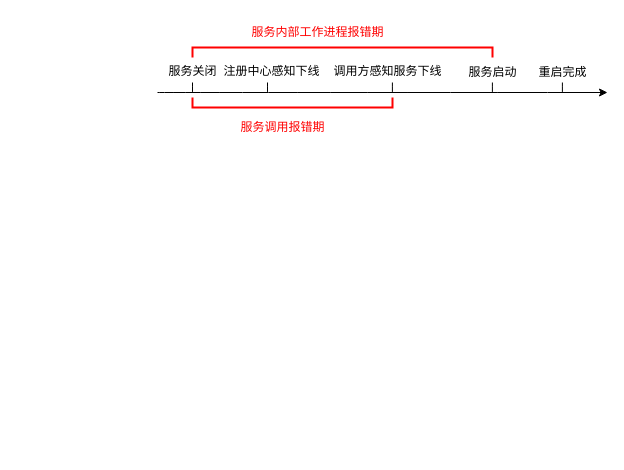
zhaoydo/diagrams keeps this draw.io diagram as 未命名绘图.drawio. Above is the earlier version. Source tidied: cells renumbered, new cells numbered last; positions are measured from the earlier drawing's top-left corner, leaving out a move shared by most shapes. Both pictures are drawn from the tidied source at 100%, with x=0, y=0 at pixel (157, -98).
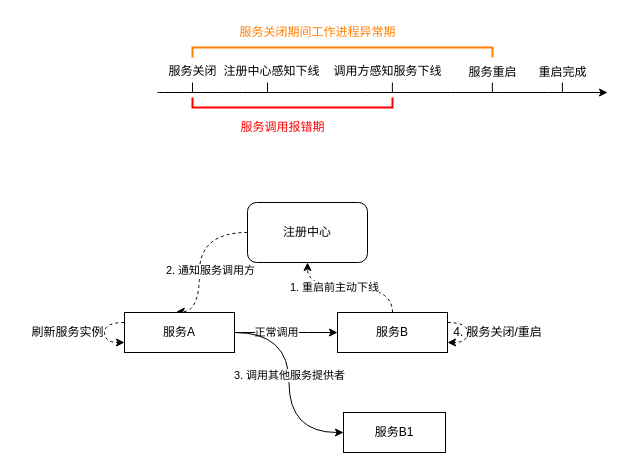
The same page after the edit.

Commit message:
更新未命名绘图.drawio

What changed in the source:
```diff
@@
-    <mxCell id="5" value="服务启动" style="text;html=1;align=center;verticalAlign=middle;strokeColor=none;fillColor=none;" parent="1" vertex="1">
+    <mxCell id="5" value="服务重启" style="text;html=1;align=center;verticalAlign=middle;strokeColor=none;fillColor=none;" parent="1" vertex="1">
       <mxGeometry x="300" y="155" width="70" height="30" as="geometry" />
     </mxCell>
@@
-    <mxCell id="13" style="strokeWidth=2;html=1;shape=mxgraph.flowchart.annotation_1;align=left;rotation=90;strokeColor=#FF0000;" parent="1" vertex="1">
+    <mxCell id="13" style="strokeWidth=2;html=1;shape=mxgraph.flowchart.annotation_1;align=left;rotation=90;strokeColor=#FF8000;" parent="1" vertex="1">
       <mxGeometry x="180" width="10" height="300" as="geometry" />
     </mxCell>
@@
-    <mxCell id="16" value="服务内部工作进程报错期" style="text;html=1;align=center;verticalAlign=middle;strokeColor=none;fillColor=none;fontColor=#FF0000;" parent="1" vertex="1">
-      <mxGeometry x="80" y="115" width="160" height="30" as="geometry" />
+    <mxCell id="16" value="&lt;font color=&quot;#ff8000&quot;&gt;服务关闭期间工作进程异常期&lt;/font&gt;" style="text;html=1;align=center;verticalAlign=middle;strokeColor=none;fillColor=none;fontColor=#FF0000;" parent="1" vertex="1">
+      <mxGeometry x="70" y="115" width="180" height="30" as="geometry" />
     </mxCell>
+    <mxCell id="17" style="edgeStyle=orthogonalEdgeStyle;curved=1;jettySize=auto;html=1;dashed=1;fontColor=#000000;entryX=0.471;entryY=-0.021;entryDx=0;entryDy=0;entryPerimeter=0;" parent="1" edge="1" source="19" target="30">
+      <mxGeometry relative="1" as="geometry">
+        <Array as="points">
+          <mxPoint x="42" y="330" />
+        </Array>
+      </mxGeometry>
+    </mxCell>
+    <mxCell id="18" value="2. 通知服务调用方" style="edgeLabel;html=1;align=center;verticalAlign=middle;fontColor=#000000;" parent="17" vertex="1">
+      <mxGeometry x="0.13" y="10" relative="1" as="geometry" />
+    </mxCell>
+    <mxCell id="19" value="&lt;font color=&quot;#000000&quot;&gt;注册中心&lt;/font&gt;" style="rounded=1;whiteSpace=wrap;html=1;strokeColor=#000000;fontColor=#FF8000;" parent="1" vertex="1">
+      <mxGeometry x="90" y="300" width="120" height="60" as="geometry" />
+    </mxCell>
+    <mxCell id="20" style="edgeStyle=orthogonalEdgeStyle;curved=1;jettySize=auto;html=1;fontColor=#000000;exitX=1;exitY=0.5;exitDx=0;exitDy=0;" parent="1" edge="1" source="30" target="27">
+      <mxGeometry relative="1" as="geometry" />
+    </mxCell>
+    <mxCell id="21" value="正常调用" style="edgeLabel;html=1;align=center;verticalAlign=middle;fontColor=#000000;" parent="20" vertex="1">
+      <mxGeometry x="-0.21" y="1" relative="1" as="geometry" />
+    </mxCell>
+    <mxCell id="22" style="edgeStyle=orthogonalEdgeStyle;curved=1;jettySize=auto;html=1;entryX=0;entryY=0.5;entryDx=0;entryDy=0;fontColor=#000000;exitX=1;exitY=0.5;exitDx=0;exitDy=0;" parent="1" edge="1" source="30" target="28">
+      <mxGeometry relative="1" as="geometry" />
+    </mxCell>
+    <mxCell id="23" value="3. 调用其他服务提供者" style="edgeLabel;html=1;align=center;verticalAlign=middle;fontColor=#000000;" parent="22" vertex="1">
+      <mxGeometry x="-0.07" relative="1" as="geometry" />
+    </mxCell>
+    <mxCell id="24" style="edgeStyle=orthogonalEdgeStyle;curved=1;jettySize=auto;html=1;entryX=0.5;entryY=1;entryDx=0;entryDy=0;fontColor=#000000;dashed=1;" parent="1" edge="1" source="27" target="19">
+      <mxGeometry relative="1" as="geometry" />
+    </mxCell>
+    <mxCell id="25" value="1. 重启前主动下线" style="edgeLabel;html=1;align=center;verticalAlign=middle;fontColor=#000000;" parent="24" vertex="1">
+      <mxGeometry x="0.25" y="-1" relative="1" as="geometry" />
+    </mxCell>
+    <mxCell id="26" style="edgeStyle=orthogonalEdgeStyle;curved=1;orthogonalLoop=1;jettySize=auto;html=1;dashed=1;fontColor=#000000;" parent="1" edge="1" source="27" target="27">
+      <mxGeometry relative="1" as="geometry" />
+    </mxCell>
+    <mxCell id="27" value="服务B" style="rounded=0;whiteSpace=wrap;html=1;strokeColor=#000000;fontColor=#000000;" parent="1" vertex="1">
+      <mxGeometry x="180" y="410" width="110" height="40" as="geometry" />
+    </mxCell>
+    <mxCell id="28" value="服务B1" style="rounded=0;whiteSpace=wrap;html=1;strokeColor=#000000;fontColor=#000000;" parent="1" vertex="1">
+      <mxGeometry x="186" y="510" width="102" height="40" as="geometry" />
+    </mxCell>
+    <mxCell id="29" style="edgeStyle=orthogonalEdgeStyle;curved=1;orthogonalLoop=1;jettySize=auto;html=1;dashed=1;fontColor=#000000;entryX=0;entryY=0.75;entryDx=0;entryDy=0;" parent="1" edge="1" source="30" target="30">
+      <mxGeometry relative="1" as="geometry">
+        <Array as="points">
+          <mxPoint x="-53" y="420" />
+          <mxPoint x="-53" y="440" />
+        </Array>
+      </mxGeometry>
+    </mxCell>
+    <mxCell id="30" value="服务A" style="rounded=0;whiteSpace=wrap;html=1;strokeColor=#000000;fontColor=#000000;" parent="1" vertex="1">
+      <mxGeometry x="-33" y="410" width="110" height="40" as="geometry" />
+    </mxCell>
+    <mxCell id="31" value="4. 服务关闭/重启" style="text;html=1;align=center;verticalAlign=middle;strokeColor=none;fillColor=none;fontColor=#000000;" parent="1" vertex="1">
+      <mxGeometry x="285" y="415" width="110" height="30" as="geometry" />
+    </mxCell>
+    <mxCell id="32" value="刷新服务实例" style="text;html=1;align=center;verticalAlign=middle;strokeColor=none;fillColor=none;fontColor=#000000;" parent="1" vertex="1">
+      <mxGeometry x="-140" y="415" width="100" height="30" as="geometry" />
+    </mxCell>
```
